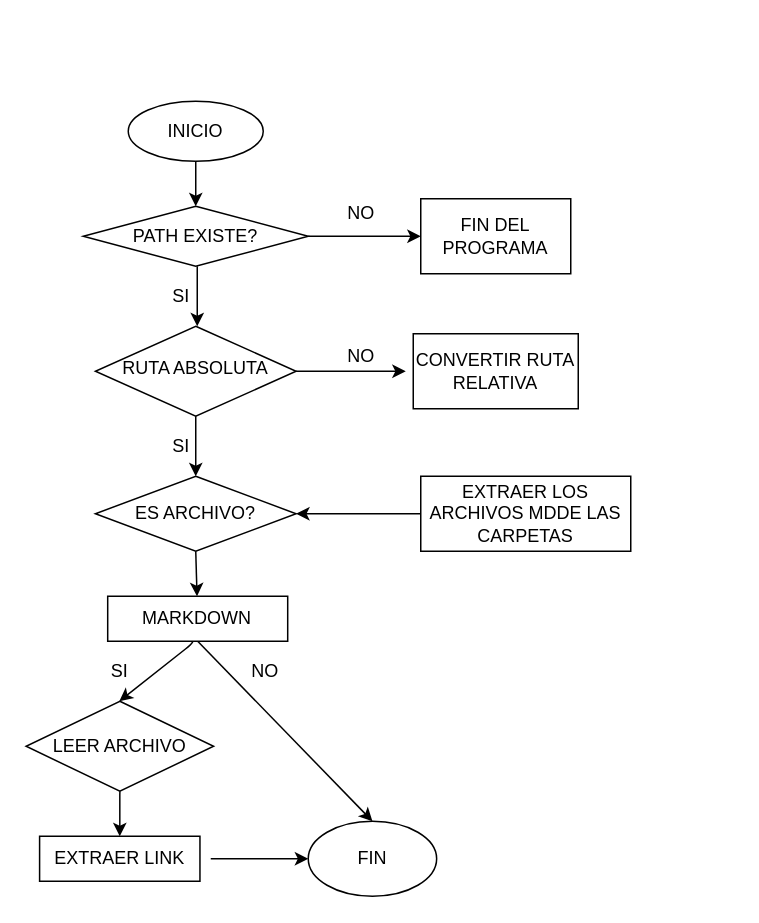
Earlier version of the draw.io diagram Untitled Diagram.drawio (lorennaleon/LIM013-fe-md-links). Source tidied: cells renumbered, new cells numbered last; positions are measured from the earlier drawing's top-left corner, leaving out a move shared by most shapes. Both pictures are drawn from the tidied source at 150%, with x=0, y=0 at pixel (26, 100).
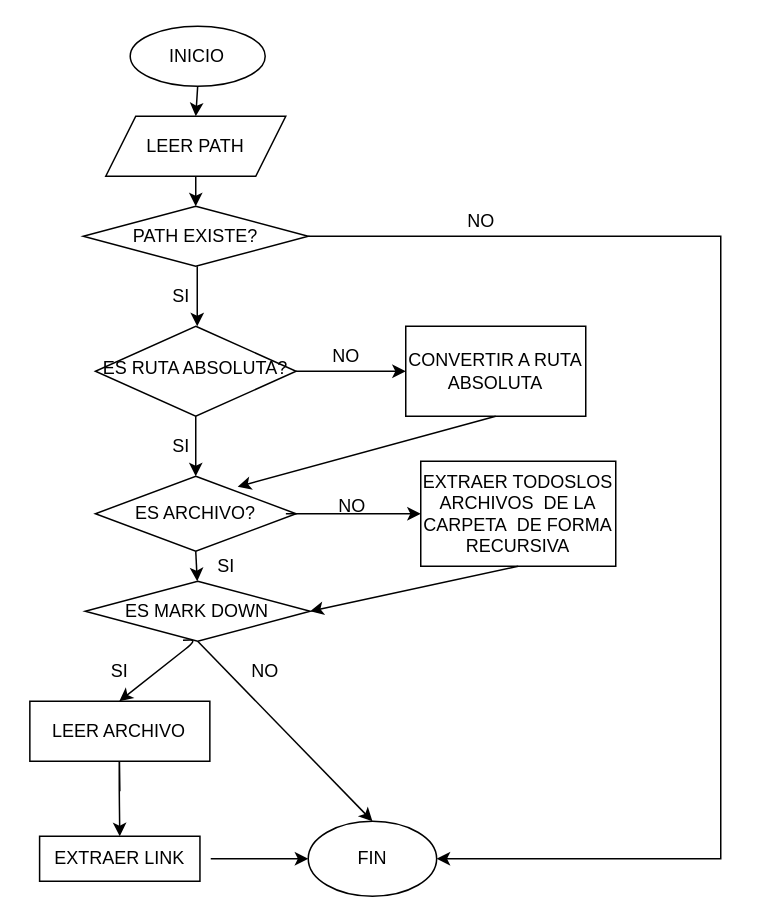
After the change.

The change refers to these unchanged cells:
```xml
<mxCell id="3" value="FIN" style="ellipse;whiteSpace=wrap;html=1;" parent="1" vertex="1">
  <mxGeometry x="188" y="480" width="85.6" height="50" as="geometry" />
</mxCell>
<mxCell id="13" value="EXTRAER LINK" style="rounded=0;whiteSpace=wrap;html=1;" parent="1" vertex="1">
  <mxGeometry x="8.9" y="490" width="106.9" height="30" as="geometry" />
</mxCell>
<mxCell id="24" value="ES ARCHIVO?" style="rhombus;whiteSpace=wrap;html=1;" parent="1" vertex="1">
  <mxGeometry x="46.1" y="250" width="133.8" height="50" as="geometry" />
</mxCell>
<mxCell id="25" value="PATH EXISTE?" style="rhombus;whiteSpace=wrap;html=1;" parent="1" vertex="1">
  <mxGeometry x="38" y="70" width="150" height="40" as="geometry" />
</mxCell>
```

The edit, as a diff of the source:
```diff
@@
     <mxCell id="2" value="INICIO" style="ellipse;whiteSpace=wrap;html=1;" parent="1" vertex="1">
-      <mxGeometry x="68" width="90" height="40" as="geometry" />
+      <mxGeometry x="69.3" y="-50" width="90" height="40" as="geometry" />
     </mxCell>
@@
-    <mxCell id="5" style="endArrow=classic;html=1;exitX=1;exitY=0.5;exitDx=0;exitDy=0;" parent="1" edge="1" source="6">
+    <mxCell id="5" style="endArrow=classic;html=1;exitX=1;exitY=0.5;exitDx=0;exitDy=0;entryX=0;entryY=0.5;entryDx=0;entryDy=0;" parent="1" edge="1" source="6">
       <mxGeometry relative="1" as="geometry">
         <mxPoint x="253" y="180" as="targetPoint" />
       </mxGeometry>
     </mxCell>
-    <mxCell id="6" value="RUTA ABSOLUTA" style="rhombus;whiteSpace=wrap;html=1;shadow=0;fontFamily=Helvetica;fontSize=12;align=center;strokeWidth=1;spacing=6;spacingTop=-4;" parent="1" vertex="1">
+    <mxCell id="6" value="ES RUTA ABSOLUTA?" style="rhombus;whiteSpace=wrap;html=1;shadow=0;fontFamily=Helvetica;fontSize=12;align=center;strokeWidth=1;spacing=6;spacingTop=-4;" parent="1" vertex="1">
       <mxGeometry x="46.1" y="150" width="133.8" height="60" as="geometry" />
     </mxCell>
@@
-    <mxCell id="8" style="endArrow=classic;html=1;exitX=0.419;exitY=0.976;exitDx=0;exitDy=0;exitPerimeter=0;" parent="1" edge="1" source="16">
+    <mxCell id="8" style="endArrow=classic;html=1;exitX=0.419;exitY=0.976;exitDx=0;exitDy=0;exitPerimeter=0;" parent="1" edge="1">
       <mxGeometry relative="1" as="geometry">
+        <mxPoint x="104.5" y="359.3" as="sourcePoint" />
         <mxPoint x="62" y="400" as="targetPoint" />
         <Array as="points">
           <mxPoint x="114" y="359" />
         </Array>
       </mxGeometry>
     </mxCell>
-    <mxCell id="9" style="endArrow=classic;html=1;exitX=0.5;exitY=1;exitDx=0;exitDy=0;entryX=0.5;entryY=0;entryDx=0;entryDy=0;" parent="1" edge="1" source="16" target="3">
-      <mxGeometry relative="1" as="geometry" />
+    <mxCell id="9" style="endArrow=classic;html=1;exitX=0.5;exitY=1;exitDx=0;exitDy=0;entryX=0.5;entryY=0;entryDx=0;entryDy=0;" parent="1" edge="1" target="3">
+      <mxGeometry relative="1" as="geometry">
+        <mxPoint x="114.3" y="360" as="sourcePoint" />
+      </mxGeometry>
     </mxCell>
@@
-    <mxCell id="12" style="endArrow=classic;html=1;exitX=0.5;exitY=1;exitDx=0;exitDy=0;entryX=0.5;entryY=0;entryDx=0;entryDy=0;" parent="1" edge="1" source="15" target="13">
-      <mxGeometry relative="1" as="geometry" />
+    <mxCell id="12" style="endArrow=classic;html=1;exitX=0.5;exitY=1;exitDx=0;exitDy=0;entryX=0.5;entryY=0;entryDx=0;entryDy=0;" parent="1" edge="1" target="13">
+      <mxGeometry relative="1" as="geometry">
+        <mxPoint x="62.4" y="460" as="sourcePoint" />
+        <Array as="points">
+          <mxPoint x="62" y="430" />
+          <mxPoint x="62" y="460" />
+        </Array>
+      </mxGeometry>
     </mxCell>
@@
-    <mxCell id="15" value="LEER ARCHIVO" style="rhombus;whiteSpace=wrap;html=1;" parent="1" vertex="1">
-      <mxGeometry x="-0.1" y="400" width="125" height="60" as="geometry" />
-    </mxCell>
-    <mxCell id="16" value="MARKDOWN" style="rounded=0;whiteSpace=wrap;html=1;" parent="1" vertex="1">
-      <mxGeometry x="54.3" y="330" width="120" height="30" as="geometry" />
-    </mxCell>
-    <mxCell id="17" style="endArrow=classic;html=1;exitX=0.5;exitY=1;exitDx=0;exitDy=0;" parent="1" edge="1" source="24" target="16">
-      <mxGeometry relative="1" as="geometry" />
+    <mxCell id="17" style="endArrow=classic;html=1;exitX=0.5;exitY=1;exitDx=0;exitDy=0;" parent="1" edge="1" source="24">
+      <mxGeometry relative="1" as="geometry">
+        <mxPoint x="114" y="320" as="targetPoint" />
+      </mxGeometry>
     </mxCell>
-    <mxCell id="18" style="edgeStyle=orthogonalEdgeStyle;rounded=0;jettySize=auto;html=1;" parent="1" edge="1" source="19" target="24">
-      <mxGeometry relative="1" as="geometry" />
-    </mxCell>
-    <mxCell id="19" value="EXTRAER LOS ARCHIVOS MDDE LAS CARPETAS" style="rounded=0;whiteSpace=wrap;html=1;" parent="1" vertex="1">
-      <mxGeometry x="263" y="250" width="140" height="50" as="geometry" />
-    </mxCell>
@@
-    <mxCell id="21" style="endArrow=classic;html=1;exitX=0.5;exitY=1;exitDx=0;exitDy=0;entryX=0.5;entryY=0;entryDx=0;entryDy=0;" parent="1" edge="1" source="2" target="25">
-      <mxGeometry relative="1" as="geometry" />
+    <mxCell id="21" style="endArrow=classic;html=1;exitX=0.5;exitY=1;exitDx=0;exitDy=0;" parent="1" edge="1" source="2">
+      <mxGeometry relative="1" as="geometry">
+        <mxPoint x="113" y="10" as="targetPoint" />
+      </mxGeometry>
     </mxCell>
-    <mxCell id="22" value="NO" style="text;html=1;align=center;verticalAlign=middle;" parent="1" vertex="1">
-      <mxGeometry x="208" y="160" width="30" height="20" as="geometry" />
-    </mxCell>
-    <mxCell id="23" value="CONVERTIR RUTA RELATIVA" style="rounded=0;whiteSpace=wrap;html=1;" parent="1" vertex="1">
-      <mxGeometry x="258" y="155" width="110" height="50" as="geometry" />
-    </mxCell>
@@
+    <mxCell id="30" style="edgeStyle=orthogonalEdgeStyle;rounded=0;jettySize=auto;html=1;exitX=1;exitY=0.5;exitDx=0;exitDy=0;entryX=1;entryY=0.5;entryDx=0;entryDy=0;" parent="1" edge="1" source="25" target="3">
+      <mxGeometry relative="1" as="geometry">
+        <Array as="points">
+          <mxPoint x="463" y="90" />
+          <mxPoint x="463" y="505" />
+        </Array>
+      </mxGeometry>
+    </mxCell>
@@
-    <mxCell id="27" value="FIN DEL PROGRAMA" style="rounded=0;whiteSpace=wrap;html=1;" parent="1" vertex="1">
-      <mxGeometry x="263" y="65" width="100" height="50" as="geometry" />
-    </mxCell>
-    <mxCell id="28" style="endArrow=classic;html=1;exitX=1;exitY=0.5;exitDx=0;exitDy=0;entryX=0;entryY=0.5;entryDx=0;entryDy=0;entryPerimeter=0;" parent="1" edge="1" source="25" target="27">
-      <mxGeometry relative="1" as="geometry" />
-    </mxCell>
-    <mxCell id="29" value="NO" style="text;html=1;align=center;verticalAlign=middle;" parent="1" vertex="1">
-      <mxGeometry x="208" y="65" width="30" height="20" as="geometry" />
-    </mxCell>
+    <mxCell id="31" value="NO" style="text;html=1;align=center;verticalAlign=middle;" parent="1" vertex="1">
+      <mxGeometry x="288" y="70" width="30" height="20" as="geometry" />
+    </mxCell>
+    <mxCell id="32" value="LEER PATH" style="shape=parallelogram;perimeter=parallelogramPerimeter;whiteSpace=wrap;html=1;fixedSize=1;" parent="1" vertex="1">
+      <mxGeometry x="53" y="10" width="120" height="40" as="geometry" />
+    </mxCell>
+    <mxCell id="33" style="endArrow=classic;html=1;exitX=0.5;exitY=1;exitDx=0;exitDy=0;entryX=0.5;entryY=0;entryDx=0;entryDy=0;" parent="1" edge="1" source="32" target="25">
+      <mxGeometry relative="1" as="geometry" />
+    </mxCell>
+    <mxCell id="34" value="NO" style="text;html=1;align=center;verticalAlign=middle;" parent="1" vertex="1">
+      <mxGeometry x="198" y="160" width="30" height="20" as="geometry" />
+    </mxCell>
+    <mxCell id="35" value="CONVERTIR A RUTA ABSOLUTA" style="rounded=0;whiteSpace=wrap;html=1;" parent="1" vertex="1">
+      <mxGeometry x="253" y="150" width="120" height="60" as="geometry" />
+    </mxCell>
+    <mxCell id="36" style="endArrow=classic;html=1;exitX=0.5;exitY=1;exitDx=0;exitDy=0;entryX=0.709;entryY=0.14;entryDx=0;entryDy=0;entryPerimeter=0;" parent="1" edge="1" source="35" target="24">
+      <mxGeometry relative="1" as="geometry" />
+    </mxCell>
+    <mxCell id="37" value="EXTRAER TODOSLOS ARCHIVOS&amp;nbsp; DE LA CARPETA&amp;nbsp; DE FORMA RECURSIVA" style="rounded=0;whiteSpace=wrap;html=1;" parent="1" vertex="1">
+      <mxGeometry x="263" y="240" width="130" height="70" as="geometry" />
+    </mxCell>
+    <mxCell id="38" style="endArrow=classic;html=1;exitX=0.5;exitY=1;exitDx=0;exitDy=0;entryX=1;entryY=0.5;entryDx=0;entryDy=0;" parent="1" edge="1" source="37" target="39">
+      <mxGeometry relative="1" as="geometry" />
+    </mxCell>
+    <mxCell id="39" value="ES MARK DOWN" style="rhombus;whiteSpace=wrap;html=1;" parent="1" vertex="1">
+      <mxGeometry x="39.3" y="320" width="150" height="40" as="geometry" />
+    </mxCell>
+    <mxCell id="15" value="LEER ARCHIVO" style="rounded=0;whiteSpace=wrap;html=1;" parent="1" vertex="1">
+      <mxGeometry x="2.4" y="400" width="120" height="40" as="geometry" />
+    </mxCell>
+    <mxCell id="40" style="endArrow=classic;html=1;entryX=0;entryY=0.5;entryDx=0;entryDy=0;exitX=0.949;exitY=0.5;exitDx=0;exitDy=0;exitPerimeter=0;" parent="1" edge="1" source="24" target="37">
+      <mxGeometry relative="1" as="geometry" />
+    </mxCell>
+    <mxCell id="41" value="SI" style="text;html=1;align=center;verticalAlign=middle;" parent="1" vertex="1">
+      <mxGeometry x="118" y="300" width="30" height="20" as="geometry" />
+    </mxCell>
+    <mxCell id="42" value="NO" style="text;html=1;align=center;verticalAlign=middle;" parent="1" vertex="1">
+      <mxGeometry x="202" y="260" width="30" height="20" as="geometry" />
+    </mxCell>
```
